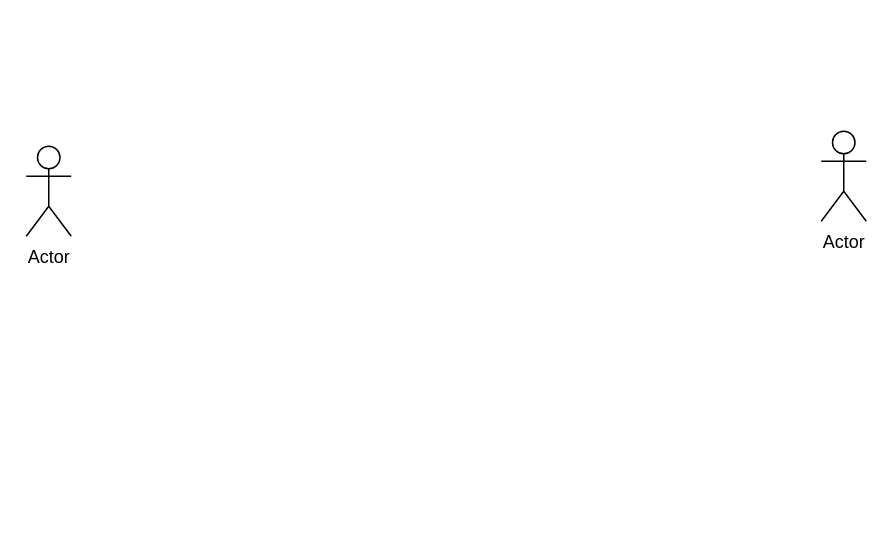
marufoi28/FootballTeamManagement keeps this draw.io diagram as 名称未設定ファイル.drawio. Above is the earlier version. Source tidied: cells renumbered, new cells numbered last; positions are measured from the earlier drawing's top-left corner, leaving out a move shared by most shapes. Both pictures are drawn from the tidied source at 150%, with x=0, y=0 at pixel (26, 130).
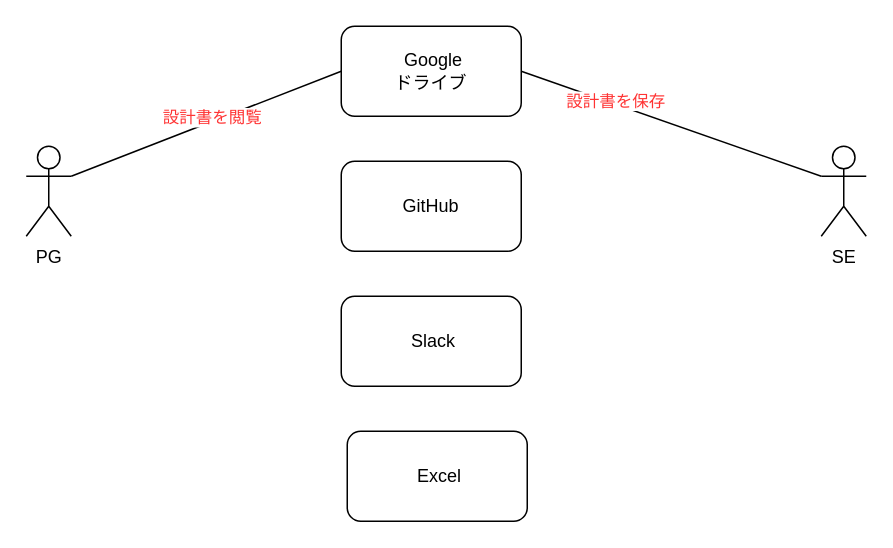
Above is the later version.

Commit message (it also covers changes not shown here):
名称未設定ファイル.drawio を更新します

The edit, as a diff of the source:
```diff
@@
 <mxGraphModel>
   <root>
     <mxCell id="0" />
     <mxCell id="1" parent="0" />
-    <mxCell id="2" value="Actor" style="shape=umlActor;verticalLabelPosition=bottom;verticalAlign=top;html=1;outlineConnect=0;" parent="1" vertex="1">
+    <mxCell id="2" value="PG" style="shape=umlActor;verticalLabelPosition=bottom;verticalAlign=top;html=1;outlineConnect=0;" parent="1" vertex="1">
       <mxGeometry y="10" width="30" height="60" as="geometry" />
     </mxCell>
-    <mxCell id="3" value="Actor" style="shape=umlActor;verticalLabelPosition=bottom;verticalAlign=top;html=1;outlineConnect=0;" parent="1" vertex="1">
-      <mxGeometry x="530" width="30" height="60" as="geometry" />
+    <mxCell id="3" value="SE" style="shape=umlActor;verticalLabelPosition=bottom;verticalAlign=top;html=1;outlineConnect=0;" parent="1" vertex="1">
+      <mxGeometry x="530" y="10" width="30" height="60" as="geometry" />
     </mxCell>
+    <mxCell id="4" value="GitHub" style="rounded=1;whiteSpace=wrap;html=1;" parent="1" vertex="1">
+      <mxGeometry x="210" y="20" width="120" height="60" as="geometry" />
+    </mxCell>
+    <mxCell id="5" value="&amp;nbsp;Google&lt;div&gt;ドライブ&lt;/div&gt;" style="rounded=1;whiteSpace=wrap;html=1;" parent="1" vertex="1">
+      <mxGeometry x="210" y="-70" width="120" height="60" as="geometry" />
+    </mxCell>
+    <mxCell id="6" value="&amp;nbsp;Slack" style="rounded=1;whiteSpace=wrap;html=1;" parent="1" vertex="1">
+      <mxGeometry x="210" y="110" width="120" height="60" as="geometry" />
+    </mxCell>
+    <mxCell id="7" value="&amp;nbsp;Excel" style="rounded=1;whiteSpace=wrap;html=1;" parent="1" vertex="1">
+      <mxGeometry x="214" y="200" width="120" height="60" as="geometry" />
+    </mxCell>
+    <mxCell id="8" style="endArrow=none;html=1;rounded=0;entryX=0;entryY=0.5;entryDx=0;entryDy=0;exitX=1;exitY=0.3333333333333333;exitDx=0;exitDy=0;exitPerimeter=0;" parent="1" edge="1" source="2" target="5">
+      <mxGeometry relative="1" as="geometry" />
+    </mxCell>
+    <mxCell id="9" value="&lt;font style=&quot;color: rgb(255, 51, 51);&quot;&gt;設計書を閲覧&lt;/font&gt;" style="edgeLabel;html=1;align=center;verticalAlign=middle;" parent="8" vertex="1">
+      <mxGeometry x="0.05" y="3" relative="1" as="geometry" />
+    </mxCell>
+    <mxCell id="10" style="endArrow=none;html=1;rounded=0;entryX=1;entryY=0.5;entryDx=0;entryDy=0;exitX=0;exitY=0.3333333333333333;exitDx=0;exitDy=0;exitPerimeter=0;" parent="1" edge="1" source="3" target="5">
+      <mxGeometry relative="1" as="geometry" />
+    </mxCell>
+    <mxCell id="11" value="&lt;font style=&quot;color: rgb(255, 51, 51);&quot;&gt;設計書を保存&lt;/font&gt;" style="edgeLabel;html=1;align=center;verticalAlign=middle;" parent="10" vertex="1">
+      <mxGeometry x="0.38" y="-2" relative="1" as="geometry" />
+    </mxCell>
   </root>
 </mxGraphModel>
```
